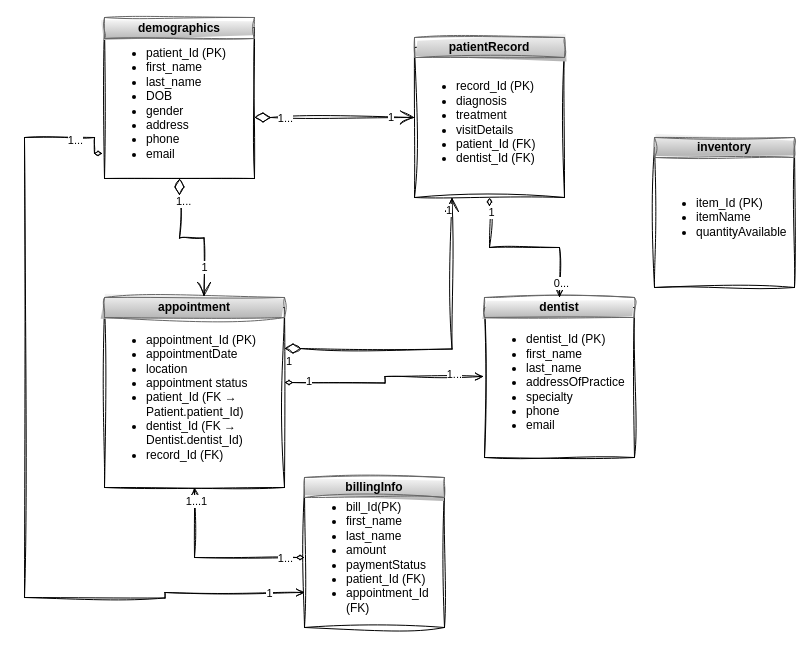
Above: UML Diagram.drawio in restjohnson/Database-Project-1 (draw.io), before the change. Source tidied: cells renumbered, new cells numbered last; positions are measured from the earlier drawing's top-left corner, leaving out a move shared by most shapes. Both pictures are drawn from the tidied source at 100%, with x=0, y=0 at pixel (24, 17).
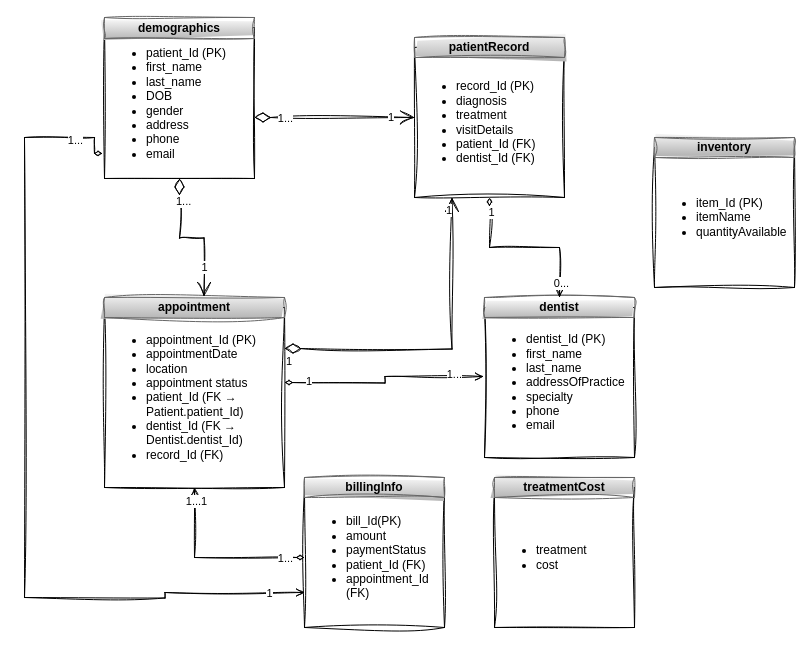
After the change.

Change to the diagram source:
```diff
@@
-    <mxCell id="22" value="&lt;ul&gt;&lt;li&gt;bill_Id(PK)&lt;/li&gt;&lt;li&gt;first_name&lt;/li&gt;&lt;li&gt;last_name&lt;/li&gt;&lt;li&gt;&lt;span style=&quot;background-color: transparent; color: light-dark(rgb(0, 0, 0), rgb(255, 255, 255));&quot;&gt;amount&lt;/span&gt;&lt;/li&gt;&lt;li&gt;&lt;span style=&quot;background-color: transparent; color: light-dark(rgb(0, 0, 0), rgb(255, 255, 255));&quot;&gt;paymentStatus&amp;nbsp;&lt;/span&gt;&lt;/li&gt;&lt;li&gt;&lt;span style=&quot;background-color: transparent; color: light-dark(rgb(0, 0, 0), rgb(255, 255, 255));&quot;&gt;patient_Id (FK)&lt;/span&gt;&lt;/li&gt;&lt;li&gt;&lt;span style=&quot;background-color: transparent; color: light-dark(rgb(0, 0, 0), rgb(255, 255, 255));&quot;&gt;appointment_Id (FK)&lt;/span&gt;&lt;/li&gt;&lt;/ul&gt;" style="whiteSpace=wrap;html=1;align=left;rounded=0;sketch=1;curveFitting=1;jiggle=2;" parent="1" vertex="1">
+    <mxCell id="22" value="&lt;ul&gt;&lt;li&gt;bill_Id(PK)&lt;/li&gt;&lt;li&gt;&lt;span style=&quot;background-color: transparent; color: light-dark(rgb(0, 0, 0), rgb(255, 255, 255));&quot;&gt;amount&lt;/span&gt;&lt;/li&gt;&lt;li&gt;&lt;span style=&quot;background-color: transparent; color: light-dark(rgb(0, 0, 0), rgb(255, 255, 255));&quot;&gt;paymentStatus&amp;nbsp;&lt;/span&gt;&lt;/li&gt;&lt;li&gt;&lt;span style=&quot;background-color: transparent; color: light-dark(rgb(0, 0, 0), rgb(255, 255, 255));&quot;&gt;patient_Id (FK)&lt;/span&gt;&lt;/li&gt;&lt;li&gt;&lt;span style=&quot;background-color: transparent; color: light-dark(rgb(0, 0, 0), rgb(255, 255, 255));&quot;&gt;appointment_Id (FK)&lt;/span&gt;&lt;/li&gt;&lt;/ul&gt;" style="whiteSpace=wrap;html=1;align=left;rounded=0;sketch=1;curveFitting=1;jiggle=2;" parent="1" vertex="1">
       <mxGeometry x="280" y="470" width="140" height="140" as="geometry" />
     </mxCell>
@@
+    <mxCell id="36" value="&lt;ul&gt;&lt;li&gt;treatment&lt;/li&gt;&lt;li&gt;cost&lt;/li&gt;&lt;/ul&gt;" style="whiteSpace=wrap;html=1;align=left;rounded=0;sketch=1;curveFitting=1;jiggle=2;" parent="1" vertex="1">
+      <mxGeometry x="470" y="470" width="140" height="140" as="geometry" />
+    </mxCell>
+    <mxCell id="37" value="&lt;b&gt;treatmentCost&lt;/b&gt;" style="rounded=0;whiteSpace=wrap;html=1;fillColor=#f5f5f5;gradientColor=#b3b3b3;strokeColor=#666666;sketch=1;curveFitting=1;jiggle=2;" parent="1" vertex="1">
+      <mxGeometry x="470" y="460" width="140" height="20" as="geometry" />
+    </mxCell>
```
